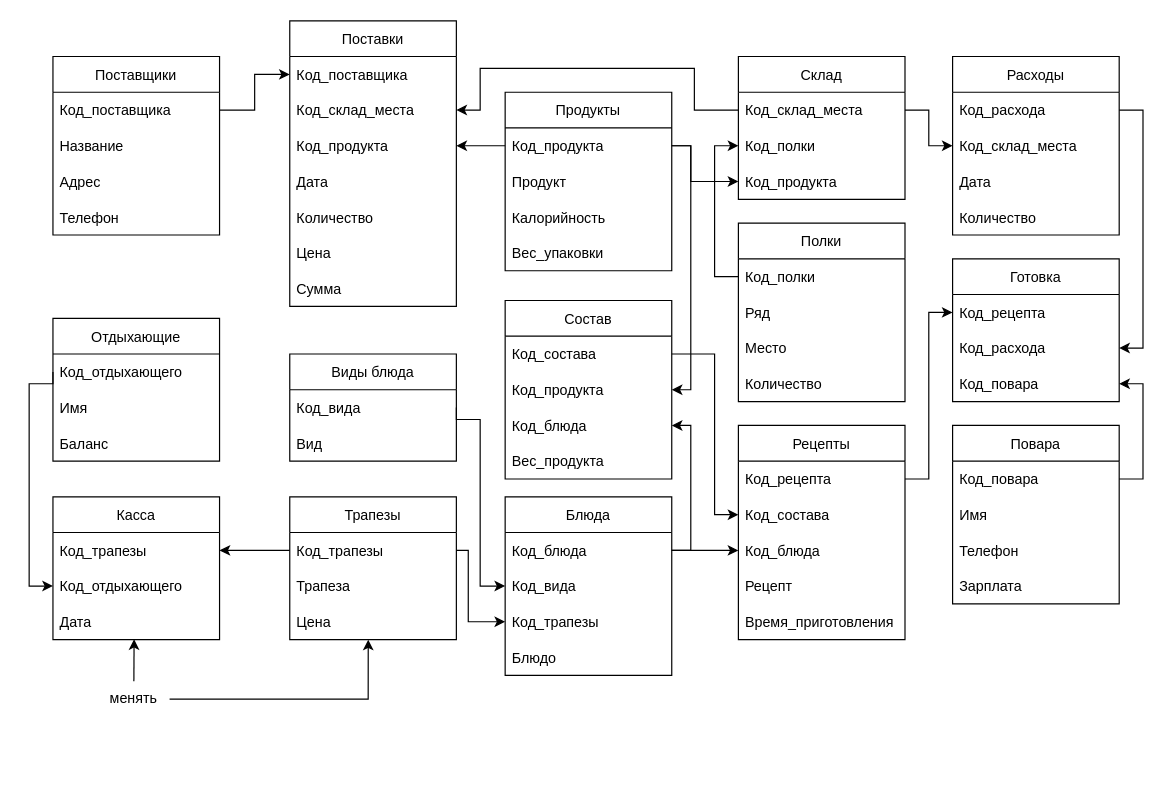
Earlier version of the draw.io diagram Untitled Diagram.drawio (lari5685/transfer). Source tidied: cells renumbered, new cells numbered last; positions are measured from the earlier drawing's top-left corner, leaving out a move shared by most shapes. Both pictures are drawn from the tidied source at 119%, with x=0, y=0 at pixel (29, 20).
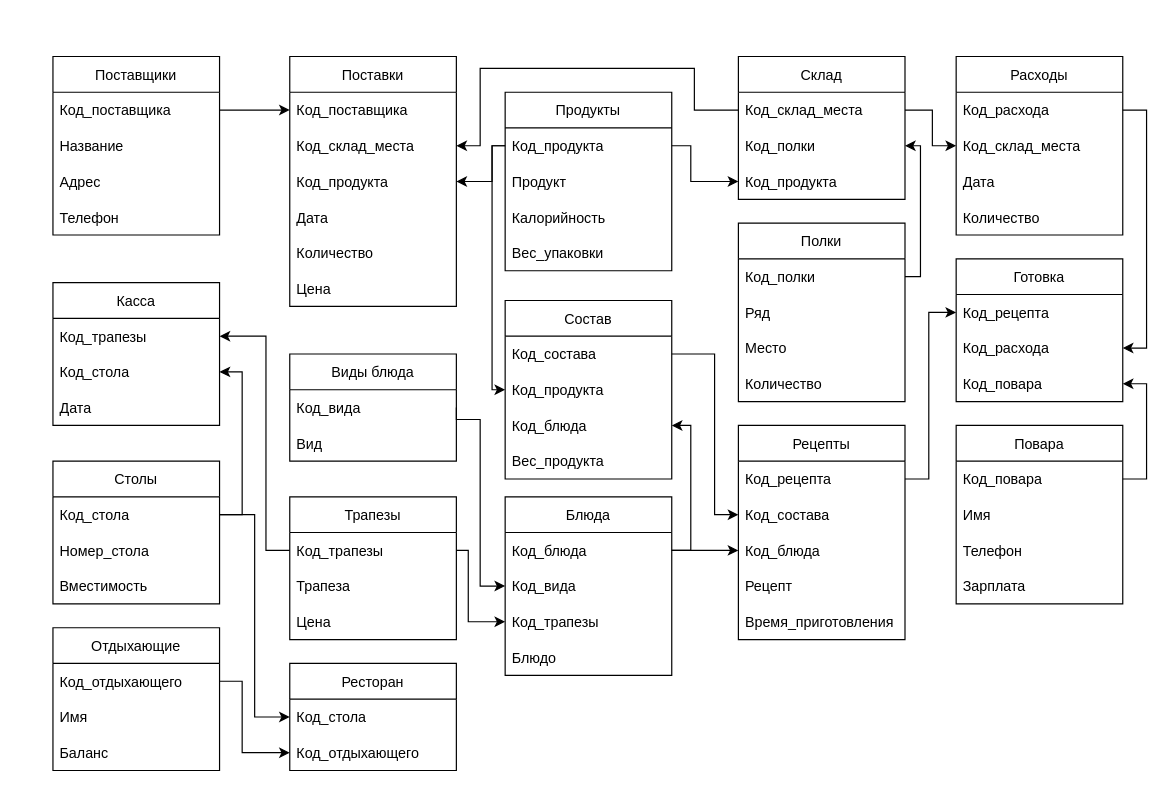
The same diagram, later.

Unchanged cells that the change refers to:
```xml
<mxCell id="3" value="Код_склад_места" style="text;strokeColor=none;fillColor=none;align=left;verticalAlign=middle;spacingLeft=4;spacingRight=4;overflow=hidden;points=[[0,0.5],[1,0.5]];portConstraint=eastwest;" parent="2" vertex="1">
  <mxGeometry y="30" width="140" height="30" as="geometry" />
</mxCell>
<mxCell id="4" value="Код_полки    " style="text;strokeColor=none;fillColor=none;align=left;verticalAlign=middle;spacingLeft=4;spacingRight=4;overflow=hidden;points=[[0,0.5],[1,0.5]];portConstraint=eastwest;" parent="2" vertex="1">
  <mxGeometry y="60" width="140" height="30" as="geometry" />
</mxCell>
<mxCell id="13" value="Код_склад_места" style="text;strokeColor=none;fillColor=none;align=left;verticalAlign=middle;spacingLeft=4;spacingRight=4;overflow=hidden;points=[[0,0.5],[1,0.5]];portConstraint=eastwest;" parent="11" vertex="1">
  <mxGeometry y="60" width="140" height="30" as="geometry" />
</mxCell>
<mxCell id="14" value="Код_продукта" style="text;strokeColor=none;fillColor=none;align=left;verticalAlign=middle;spacingLeft=4;spacingRight=4;overflow=hidden;points=[[0,0.5],[1,0.5]];portConstraint=eastwest;" parent="11" vertex="1">
  <mxGeometry y="90" width="140" height="30" as="geometry" />
</mxCell>
<mxCell id="20" value="Код_продукта" style="text;strokeColor=none;fillColor=none;align=left;verticalAlign=middle;spacingLeft=4;spacingRight=4;overflow=hidden;points=[[0,0.5],[1,0.5]];portConstraint=eastwest;" parent="19" vertex="1">
  <mxGeometry y="30" width="140" height="30" as="geometry" />
</mxCell>
<mxCell id="30" value="Код_отдыхающего" style="text;strokeColor=none;fillColor=none;align=left;verticalAlign=middle;spacingLeft=4;spacingRight=4;overflow=hidden;points=[[0,0.5],[1,0.5]];portConstraint=eastwest;" parent="29" vertex="1">
  <mxGeometry y="30" width="140" height="30" as="geometry" />
</mxCell>
<mxCell id="43" value="Код_трапезы" style="text;strokeColor=none;fillColor=none;align=left;verticalAlign=middle;spacingLeft=4;spacingRight=4;overflow=hidden;points=[[0,0.5],[1,0.5]];portConstraint=eastwest;" parent="42" vertex="1">
  <mxGeometry y="30" width="140" height="30" as="geometry" />
</mxCell>
<mxCell id="45" value="Цена" style="text;strokeColor=none;fillColor=none;align=left;verticalAlign=middle;spacingLeft=4;spacingRight=4;overflow=hidden;points=[[0,0.5],[1,0.5]];portConstraint=eastwest;" parent="42" vertex="1">
  <mxGeometry y="90" width="140" height="30" as="geometry" />
</mxCell>
<mxCell id="51" value="Код_продукта" style="text;strokeColor=none;fillColor=none;align=left;verticalAlign=middle;spacingLeft=4;spacingRight=4;overflow=hidden;points=[[0,0.5],[1,0.5]];portConstraint=eastwest;" parent="49" vertex="1">
  <mxGeometry y="60" width="140" height="30" as="geometry" />
</mxCell>
<mxCell id="59" value="Код_трапезы" style="text;strokeColor=none;fillColor=none;align=left;verticalAlign=middle;spacingLeft=4;spacingRight=4;overflow=hidden;points=[[0,0.5],[1,0.5]];portConstraint=eastwest;" parent="58" vertex="1">
  <mxGeometry y="30" width="140" height="30" as="geometry" />
</mxCell>
<mxCell id="61" value="Дата" style="text;strokeColor=none;fillColor=none;align=left;verticalAlign=middle;spacingLeft=4;spacingRight=4;overflow=hidden;points=[[0,0.5],[1,0.5]];portConstraint=eastwest;" parent="58" vertex="1">
  <mxGeometry y="90" width="140" height="30" as="geometry" />
</mxCell>
<mxCell id="67" value="Код_полки    " style="text;strokeColor=none;fillColor=none;align=left;verticalAlign=middle;spacingLeft=4;spacingRight=4;overflow=hidden;points=[[0,0.5],[1,0.5]];portConstraint=eastwest;" parent="66" vertex="1">
  <mxGeometry y="30" width="140" height="30" as="geometry" />
</mxCell>
<mxCell id="84" value="Код_склад_места" style="text;strokeColor=none;fillColor=none;align=left;verticalAlign=middle;spacingLeft=4;spacingRight=4;overflow=hidden;points=[[0,0.5],[1,0.5]];portConstraint=eastwest;" parent="82" vertex="1">
  <mxGeometry y="60" width="140" height="30" as="geometry" />
</mxCell>
```

Diff of the diagram source:
```diff
@@
     <mxCell id="11" value="Поставки" style="swimlane;fontStyle=0;horizontal=1;startSize=30;" parent="1" vertex="1">
-      <mxGeometry x="219" width="140" height="240" as="geometry" />
+      <mxGeometry x="219" y="30" width="140" height="210" as="geometry" />
     </mxCell>
@@
-    <mxCell id="18" value="Сумма" style="text;strokeColor=none;fillColor=none;align=left;verticalAlign=middle;spacingLeft=4;spacingRight=4;overflow=hidden;" parent="11" vertex="1">
-      <mxGeometry y="210" width="140" height="30" as="geometry" />
-    </mxCell>
@@
     <mxCell id="29" value="Отдыхающие" style="swimlane;fontStyle=0;horizontal=1;startSize=30;" parent="1" vertex="1">
-      <mxGeometry x="20" y="250" width="140" height="120" as="geometry" />
+      <mxGeometry x="20" y="510" width="140" height="120" as="geometry" />
     </mxCell>
@@
     <mxCell id="47" style="edgeStyle=orthogonalEdgeStyle;rounded=0;jettySize=auto;html=1;exitX=0;exitY=0.5;exitDx=0;exitDy=0;entryX=1;entryY=0.5;entryDx=0;entryDy=0;" parent="1" edge="1" source="20" target="14">
       <mxGeometry relative="1" as="geometry">
         <Array as="points">
-          <mxPoint x="379" y="105" />
-          <mxPoint x="379" y="105" />
+          <mxPoint x="389" y="105" />
+          <mxPoint x="389" y="135" />
         </Array>
       </mxGeometry>
     </mxCell>
@@
-    <mxCell id="57" style="edgeStyle=orthogonalEdgeStyle;rounded=0;jettySize=auto;html=1;exitX=1;exitY=0.5;exitDx=0;exitDy=0;entryX=1;entryY=0.5;entryDx=0;entryDy=0;" parent="1" edge="1" source="20" target="51">
-      <mxGeometry relative="1" as="geometry">
-        <Array as="points">
-          <mxPoint x="556" y="105" />
-          <mxPoint x="556" y="310" />
-        </Array>
-      </mxGeometry>
-    </mxCell>
     <mxCell id="58" value="Касса" style="swimlane;fontStyle=0;horizontal=1;startSize=30;" parent="1" vertex="1">
-      <mxGeometry x="20" y="400" width="140" height="120" as="geometry" />
+      <mxGeometry x="20" y="220" width="140" height="120" as="geometry" />
     </mxCell>
@@
-    <mxCell id="60" value="Код_отдыхающего" style="text;strokeColor=none;fillColor=none;align=left;verticalAlign=middle;spacingLeft=4;spacingRight=4;overflow=hidden;points=[[0,0.5],[1,0.5]];portConstraint=eastwest;" parent="58" vertex="1">
+    <mxCell id="60" value="Код_стола" style="text;strokeColor=none;fillColor=none;align=left;verticalAlign=middle;spacingLeft=4;spacingRight=4;overflow=hidden;points=[[0,0.5],[1,0.5]];portConstraint=eastwest;" parent="58" vertex="1">
       <mxGeometry y="60" width="140" height="30" as="geometry" />
     </mxCell>
@@
     <mxCell id="63" style="edgeStyle=orthogonalEdgeStyle;rounded=0;jettySize=auto;html=1;exitX=0;exitY=0.5;exitDx=0;exitDy=0;entryX=1;entryY=0.5;entryDx=0;entryDy=0;" parent="1" edge="1" source="43" target="59">
-      <mxGeometry relative="1" as="geometry" />
+      <mxGeometry relative="1" as="geometry">
+        <Array as="points">
+          <mxPoint x="199" y="445" />
+          <mxPoint x="199" y="265" />
+        </Array>
+      </mxGeometry>
     </mxCell>
-    <mxCell id="64" style="edgeStyle=orthogonalEdgeStyle;rounded=0;jettySize=auto;html=1;exitX=0;exitY=0.5;exitDx=0;exitDy=0;entryX=0;entryY=0.5;entryDx=0;entryDy=0;" parent="1" edge="1" source="30" target="60">
-      <mxGeometry relative="1" as="geometry">
-        <Array as="points">
-          <mxPoint y="305" />
-          <mxPoint y="475" />
-        </Array>
-      </mxGeometry>
-    </mxCell>
@@
     <mxCell id="71" value="Готовка" style="swimlane;fontStyle=0;horizontal=1;startSize=30;" parent="1" vertex="1">
-      <mxGeometry x="776" y="200" width="140" height="120" as="geometry" />
+      <mxGeometry x="779" y="200" width="140" height="120" as="geometry" />
     </mxCell>
@@
     <mxCell id="75" value="Повара" style="swimlane;fontStyle=0;horizontal=1;startSize=30;" parent="1" vertex="1">
-      <mxGeometry x="776" y="340" width="140" height="150" as="geometry" />
+      <mxGeometry x="779" y="340" width="140" height="150" as="geometry" />
     </mxCell>
@@
     <mxCell id="82" value="Расходы" style="swimlane;fontStyle=0;horizontal=1;startSize=30;" parent="1" vertex="1">
-      <mxGeometry x="776" y="30" width="140" height="150" as="geometry" />
+      <mxGeometry x="779" y="30" width="140" height="150" as="geometry" />
     </mxCell>
@@
-    <mxCell id="87" style="edgeStyle=orthogonalEdgeStyle;rounded=0;jettySize=auto;html=1;exitX=1;exitY=0.5;exitDx=0;exitDy=0;entryX=0;entryY=0.5;entryDx=0;entryDy=0;" parent="1" edge="1" source="3" target="84">
+    <mxCell id="87" style="edgeStyle=orthogonalEdgeStyle;rounded=0;orthogonalLoop=1;jettySize=auto;html=1;exitX=1;exitY=0.5;exitDx=0;exitDy=0;entryX=0;entryY=0.5;entryDx=0;entryDy=0;" parent="1" edge="1">
       <mxGeometry relative="1" as="geometry">
+        <mxPoint x="736" y="75" as="sourcePoint" />
+        <mxPoint x="779" y="105" as="targetPoint" />
         <Array as="points">
-          <mxPoint x="756" y="75" />
-          <mxPoint x="756" y="105" />
+          <mxPoint x="759" y="75" />
+          <mxPoint x="759" y="105" />
         </Array>
       </mxGeometry>
     </mxCell>
@@
     <mxCell id="89" style="edgeStyle=orthogonalEdgeStyle;rounded=0;jettySize=auto;html=1;exitX=0;exitY=0.5;exitDx=0;exitDy=0;entryX=1;entryY=0.5;entryDx=0;entryDy=0;" parent="1" edge="1" source="3" target="13">
       <mxGeometry relative="1" as="geometry">
         <Array as="points">
           <mxPoint x="559" y="75" />
           <mxPoint x="559" y="40" />
           <mxPoint x="379" y="40" />
-          <mxPoint x="379" y="75" />
+          <mxPoint x="379" y="105" />
         </Array>
       </mxGeometry>
     </mxCell>
+    <mxCell id="57" style="edgeStyle=orthogonalEdgeStyle;rounded=0;jettySize=auto;html=1;exitX=0;exitY=0.5;exitDx=0;exitDy=0;entryX=0;entryY=0.5;entryDx=0;entryDy=0;" parent="1" edge="1" source="20" target="51">
+      <mxGeometry relative="1" as="geometry">
+        <Array as="points">
+          <mxPoint x="389" y="105" />
+          <mxPoint x="389" y="310" />
+        </Array>
+      </mxGeometry>
+    </mxCell>
-    <mxCell id="90" style="edgeStyle=orthogonalEdgeStyle;rounded=0;jettySize=auto;html=1;exitX=0;exitY=0.5;exitDx=0;exitDy=0;entryX=0;entryY=0.5;entryDx=0;entryDy=0;" parent="1" edge="1" source="67" target="4">
+    <mxCell id="90" style="edgeStyle=orthogonalEdgeStyle;rounded=0;jettySize=auto;html=1;exitX=1;exitY=0.5;exitDx=0;exitDy=0;entryX=1;entryY=0.5;entryDx=0;entryDy=0;" parent="1" edge="1" source="67" target="4">
       <mxGeometry relative="1" as="geometry">
         <Array as="points">
-          <mxPoint x="576" y="215" />
-          <mxPoint x="576" y="105" />
+          <mxPoint x="749" y="215" />
+          <mxPoint x="749" y="105" />
         </Array>
       </mxGeometry>
     </mxCell>
-    <mxCell id="91" style="edgeStyle=orthogonalEdgeStyle;rounded=0;jettySize=auto;html=1;exitX=0.5;exitY=0;exitDx=0;exitDy=0;entryX=0.487;entryY=0.989;entryDx=0;entryDy=0;entryPerimeter=0;" parent="1" edge="1" source="93" target="61">
-      <mxGeometry relative="1" as="geometry" />
-    </mxCell>
-    <mxCell id="92" style="edgeStyle=orthogonalEdgeStyle;rounded=0;jettySize=auto;html=1;exitX=1;exitY=0.5;exitDx=0;exitDy=0;entryX=0.471;entryY=1;entryDx=0;entryDy=0;entryPerimeter=0;" parent="1" edge="1" source="93" target="45">
-      <mxGeometry relative="1" as="geometry" />
-    </mxCell>
-    <mxCell id="93" value="менять" style="text;html=1;strokeColor=none;fillColor=none;align=center;verticalAlign=middle;whiteSpace=wrap;rounded=0;" parent="1" vertex="1">
-      <mxGeometry x="58" y="555" width="60" height="30" as="geometry" />
-    </mxCell>
+    <mxCell id="94" value="Столы" style="swimlane;fontStyle=0;horizontal=1;startSize=30;" parent="1" vertex="1">
+      <mxGeometry x="20" y="370" width="140" height="120" as="geometry" />
+    </mxCell>
+    <mxCell id="95" value="Код_стола" style="text;strokeColor=none;fillColor=none;align=left;verticalAlign=middle;spacingLeft=4;spacingRight=4;overflow=hidden;points=[[0,0.5],[1,0.5]];portConstraint=eastwest;" parent="94" vertex="1">
+      <mxGeometry y="30" width="140" height="30" as="geometry" />
+    </mxCell>
+    <mxCell id="96" value="Номер_стола" style="text;strokeColor=none;fillColor=none;align=left;verticalAlign=middle;spacingLeft=4;spacingRight=4;overflow=hidden;" parent="94" vertex="1">
+      <mxGeometry y="60" width="140" height="30" as="geometry" />
+    </mxCell>
+    <mxCell id="97" value="Вместимость" style="text;strokeColor=none;fillColor=none;align=left;verticalAlign=middle;spacingLeft=4;spacingRight=4;overflow=hidden;" parent="94" vertex="1">
+      <mxGeometry y="90" width="140" height="30" as="geometry" />
+    </mxCell>
+    <mxCell id="98" value="Ресторан" style="swimlane;fontStyle=0;horizontal=1;startSize=30;" parent="1" vertex="1">
+      <mxGeometry x="219" y="540" width="140" height="90" as="geometry" />
+    </mxCell>
+    <mxCell id="99" value="Код_стола" style="text;strokeColor=none;fillColor=none;align=left;verticalAlign=middle;spacingLeft=4;spacingRight=4;overflow=hidden;points=[[0,0.5],[1,0.5]];portConstraint=eastwest;" parent="98" vertex="1">
+      <mxGeometry y="30" width="140" height="30" as="geometry" />
+    </mxCell>
+    <mxCell id="100" value="Код_отдыхающего" style="text;strokeColor=none;fillColor=none;align=left;verticalAlign=middle;spacingLeft=4;spacingRight=4;overflow=hidden;points=[[0,0.5],[1,0.5]];portConstraint=eastwest;" parent="98" vertex="1">
+      <mxGeometry y="60" width="140" height="30" as="geometry" />
+    </mxCell>
+    <mxCell id="101" style="edgeStyle=orthogonalEdgeStyle;rounded=0;jettySize=auto;html=1;exitX=1;exitY=0.5;exitDx=0;exitDy=0;entryX=1;entryY=0.5;entryDx=0;entryDy=0;" parent="1" edge="1" source="95" target="60">
+      <mxGeometry relative="1" as="geometry">
+        <Array as="points">
+          <mxPoint x="179" y="415" />
+          <mxPoint x="179" y="295" />
+        </Array>
+      </mxGeometry>
+    </mxCell>
+    <mxCell id="102" style="edgeStyle=orthogonalEdgeStyle;rounded=0;jettySize=auto;html=1;exitX=1;exitY=0.5;exitDx=0;exitDy=0;entryX=0;entryY=0.5;entryDx=0;entryDy=0;" parent="1" edge="1" source="30" target="100">
+      <mxGeometry relative="1" as="geometry">
+        <Array as="points">
+          <mxPoint x="179" y="555" />
+          <mxPoint x="179" y="615" />
+        </Array>
+      </mxGeometry>
+    </mxCell>
+    <mxCell id="103" style="edgeStyle=orthogonalEdgeStyle;rounded=0;jettySize=auto;html=1;exitX=1;exitY=0.5;exitDx=0;exitDy=0;entryX=0;entryY=0.5;entryDx=0;entryDy=0;" parent="1" edge="1" source="95" target="99">
+      <mxGeometry relative="1" as="geometry" />
+    </mxCell>
```
